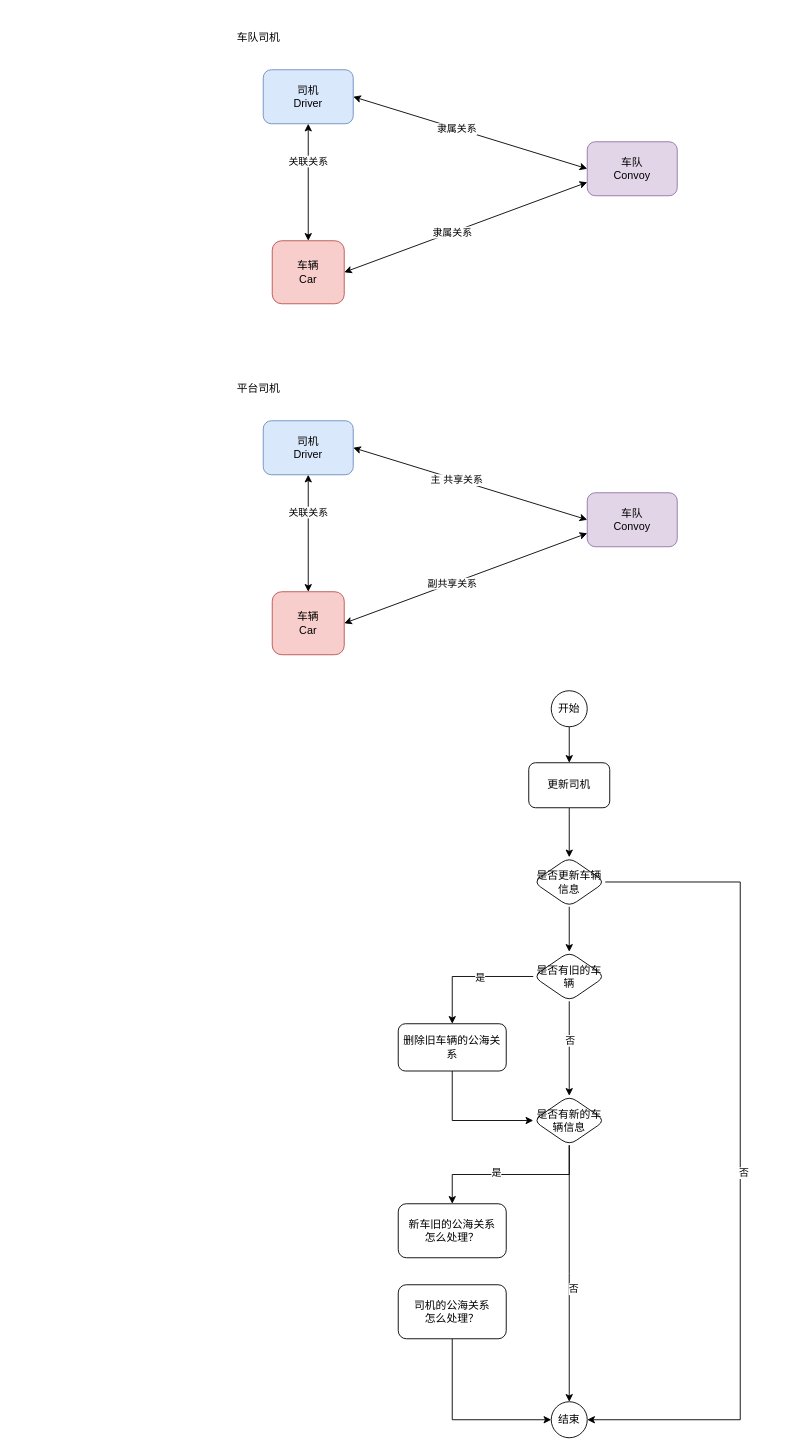
The draw.io diagram 公海司机.drawio in gongyao1992/draw, before the edit. Source tidied: cells renumbered, new cells numbered last; positions are measured from the earlier drawing's top-left corner, leaving out a move shared by most shapes. Both pictures are drawn from the tidied source at 90%, with x=0, y=0 at pixel (227, 15).
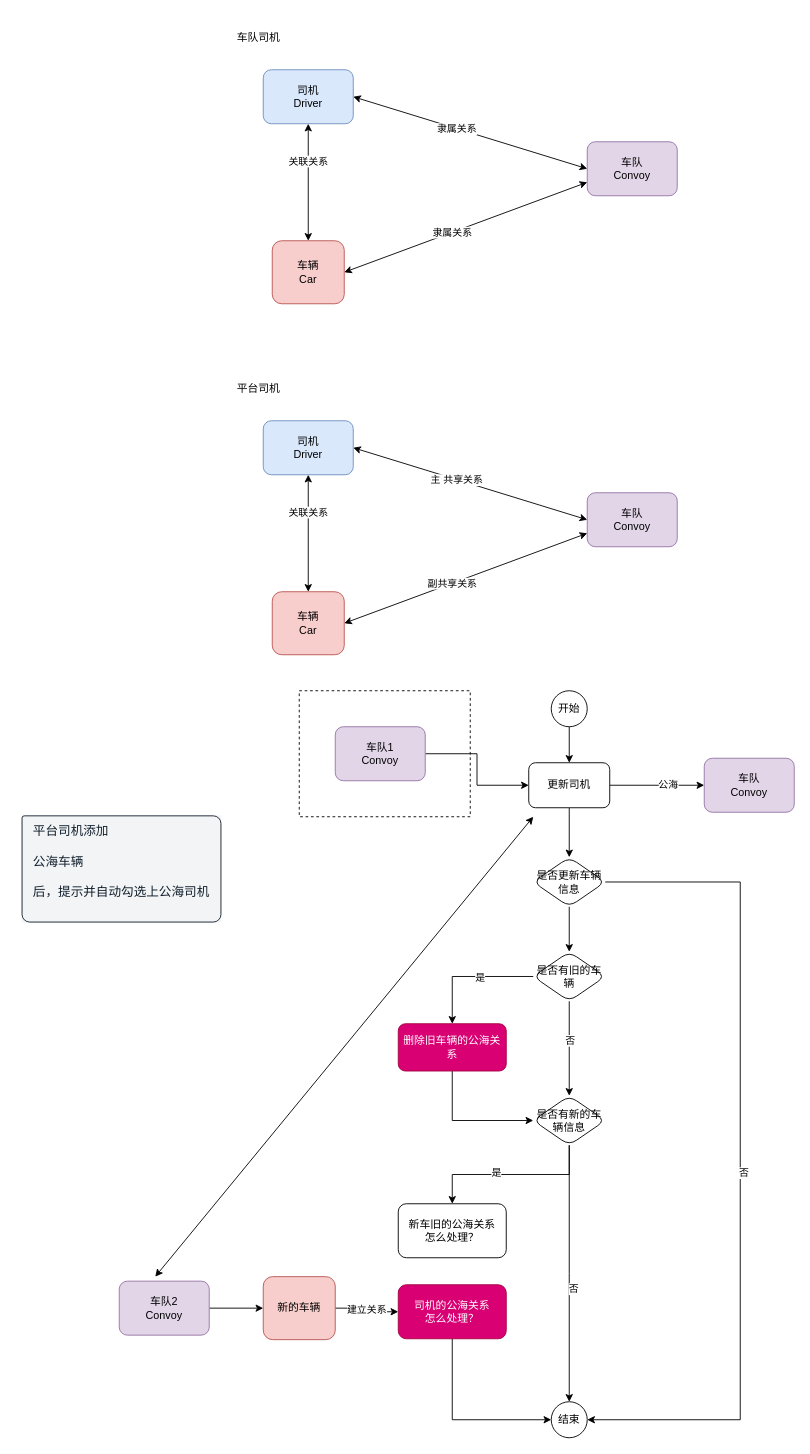
After the change.

Commit message (it also covers changes not shown here):
更新公海司机.drawio

The change refers to these unchanged cells:
```xml
<mxCell id="23" value="更新司机" style="rounded=1;whiteSpace=wrap;html=1;" parent="1" vertex="1">
  <mxGeometry x="335" y="830" width="90" height="50" as="geometry" />
</mxCell>
```

The edit, as a diff of the source:
```diff
@@
+    <mxCell id="46" style="rounded=0;whiteSpace=wrap;html=1;dashed=1;" parent="1" vertex="1">
+      <mxGeometry x="80" y="750" width="190" height="140" as="geometry" />
+    </mxCell>
@@
+    <mxCell id="47" style="edgeStyle=orthogonalEdgeStyle;rounded=0;jettySize=auto;html=1;exitX=1;exitY=0.5;exitDx=0;exitDy=0;entryX=0;entryY=0.5;entryDx=0;entryDy=0;" parent="1" edge="1" source="23" target="49">
+      <mxGeometry relative="1" as="geometry" />
+    </mxCell>
+    <mxCell id="48" value="公海" style="edgeLabel;html=1;align=center;verticalAlign=middle;" parent="47" vertex="1">
+      <mxGeometry x="0.22" y="1" relative="1" as="geometry" />
+    </mxCell>
@@
-    <mxCell id="32" value="删除旧车辆的公海关系" style="whiteSpace=wrap;html=1;rounded=1;" parent="1" vertex="1">
+    <mxCell id="32" value="删除旧车辆的公海关系" style="whiteSpace=wrap;html=1;rounded=1;fillColor=#d80073;strokeColor=#A50040;fontColor=#ffffff;" parent="1" vertex="1">
       <mxGeometry x="190" y="1120" width="120" height="52.5" as="geometry" />
     </mxCell>
@@
-    <mxCell id="45" value="司机的公海关系&lt;br&gt;怎么处理？" style="whiteSpace=wrap;html=1;rounded=1;" parent="1" vertex="1">
+    <mxCell id="45" value="司机的公海关系&lt;br&gt;怎么处理？" style="whiteSpace=wrap;html=1;rounded=1;fillColor=#d80073;strokeColor=#A50040;fontColor=#ffffff;" parent="1" vertex="1">
       <mxGeometry x="190" y="1410" width="120" height="60" as="geometry" />
     </mxCell>
+    <mxCell id="49" value="车队&lt;br&gt;Convoy" style="rounded=1;whiteSpace=wrap;html=1;fillColor=#e1d5e7;strokeColor=#9673a6;" parent="1" vertex="1">
+      <mxGeometry x="530" y="825" width="100" height="60" as="geometry" />
+    </mxCell>
+    <mxCell id="50" value="&lt;div class=&quot;msg-content scaleable&quot; style=&quot;box-sizing: border-box ; margin: 0px ; padding: 0px ; overflow-wrap: break-word ; position: relative ; max-width: 640px ; min-width: 10px ; color: rgb(17 , 31 , 44) ; font-family: , , &amp;#34;pingfang sc&amp;#34; , &amp;#34;hiragino sans gb&amp;#34; , &amp;#34;segoe ui&amp;#34; , , &amp;#34;roboto&amp;#34; , &amp;#34;droid sans&amp;#34; , &amp;#34;helvetica neue&amp;#34; , sans-serif ; font-size: 14px ; text-align: left ; background-color: rgb(242 , 244 , 245)&quot;&gt;&lt;div class=&quot;msg-text normal-text text-msg-over-hidden&quot; style=&quot;box-sizing: border-box ; margin: 0px ; padding: 8px 12px ; border-radius: 3px 9px 9px ; border: 1px solid ; overflow: hidden&quot;&gt;&lt;div class=&quot;origin-content&quot; style=&quot;box-sizing: border-box ; margin: 0px ; padding: 0px&quot;&gt;平台司机添加&lt;/div&gt;&lt;div class=&quot;origin-content&quot; style=&quot;box-sizing: border-box ; margin: 0px ; padding: 0px&quot;&gt;&lt;br&gt;&lt;/div&gt;&lt;div class=&quot;origin-content&quot; style=&quot;box-sizing: border-box ; margin: 0px ; padding: 0px&quot;&gt;公海车辆&lt;/div&gt;&lt;div class=&quot;origin-content&quot; style=&quot;box-sizing: border-box ; margin: 0px ; padding: 0px&quot;&gt;&lt;br&gt;&lt;/div&gt;&lt;div class=&quot;origin-content&quot; style=&quot;box-sizing: border-box ; margin: 0px ; padding: 0px&quot;&gt;后，提示并自动勾选上公海司机&lt;/div&gt;&lt;div&gt;&lt;br&gt;&lt;/div&gt;&lt;div class=&quot;interaction-info&quot; style=&quot;box-sizing: border-box ; margin: 0px ; padding: 0px ; display: flex ; flex-direction: row ; align-items: center ; border-radius: 3px&quot;&gt;&lt;div class=&quot;interaction-info-wrap&quot; style=&quot;box-sizing: border-box ; margin: 0px ; padding: 0px ; display: flex&quot;&gt;&lt;/div&gt;&lt;/div&gt;&lt;/div&gt;&lt;/div&gt;&lt;div class=&quot;msg-operation &quot; style=&quot;box-sizing: border-box ; margin: 0px ; padding: 0px 4px ; display: flex ; flex-direction: row ; color: rgb(17 , 31 , 44) ; font-family: , , &amp;#34;pingfang sc&amp;#34; , &amp;#34;hiragino sans gb&amp;#34; , &amp;#34;segoe ui&amp;#34; , , &amp;#34;roboto&amp;#34; , &amp;#34;droid sans&amp;#34; , &amp;#34;helvetica neue&amp;#34; , sans-serif ; font-size: 14px ; text-align: left ; background-color: rgb(242 , 244 , 245)&quot;&gt;&lt;/div&gt;" style="text;html=1;strokeColor=none;fillColor=none;align=center;verticalAlign=middle;whiteSpace=wrap;rounded=0;" parent="1" vertex="1">
+      <mxGeometry x="-235" y="935" width="235" height="25" as="geometry" />
+    </mxCell>
+    <mxCell id="51" value="建立关系" style="edgeStyle=orthogonalEdgeStyle;rounded=0;jettySize=auto;html=1;exitX=1;exitY=0.5;exitDx=0;exitDy=0;entryX=0;entryY=0.5;entryDx=0;entryDy=0;" parent="1" edge="1" source="52" target="45">
+      <mxGeometry relative="1" as="geometry" />
+    </mxCell>
+    <mxCell id="52" value="新的车辆" style="rounded=1;whiteSpace=wrap;html=1;fillColor=#f8cecc;strokeColor=#b85450;" parent="1" vertex="1">
+      <mxGeometry x="40" y="1401" width="80" height="70" as="geometry" />
+    </mxCell>
+    <mxCell id="53" style="edgeStyle=orthogonalEdgeStyle;rounded=0;jettySize=auto;html=1;exitX=1;exitY=0.5;exitDx=0;exitDy=0;entryX=0;entryY=0.5;entryDx=0;entryDy=0;" parent="1" edge="1" source="54" target="52">
+      <mxGeometry relative="1" as="geometry" />
+    </mxCell>
+    <mxCell id="54" value="车队2&lt;br&gt;Convoy" style="rounded=1;whiteSpace=wrap;html=1;fillColor=#e1d5e7;strokeColor=#9673a6;" parent="1" vertex="1">
+      <mxGeometry x="-120" y="1406" width="100" height="60" as="geometry" />
+    </mxCell>
+    <mxCell id="55" style="edgeStyle=orthogonalEdgeStyle;rounded=0;jettySize=auto;html=1;" parent="1" edge="1" source="56" target="23">
+      <mxGeometry relative="1" as="geometry" />
+    </mxCell>
+    <mxCell id="56" value="车队1&lt;br&gt;Convoy" style="rounded=1;whiteSpace=wrap;html=1;fillColor=#e1d5e7;strokeColor=#9673a6;" parent="1" vertex="1">
+      <mxGeometry x="120" y="790" width="100" height="60" as="geometry" />
+    </mxCell>
+    <mxCell id="57" style="endArrow=classic;startArrow=classic;html=1;" parent="1" edge="1">
+      <mxGeometry relative="1" as="geometry">
+        <mxPoint x="-80" y="1401" as="sourcePoint" />
+        <mxPoint x="340" y="890" as="targetPoint" />
+      </mxGeometry>
+    </mxCell>
```
